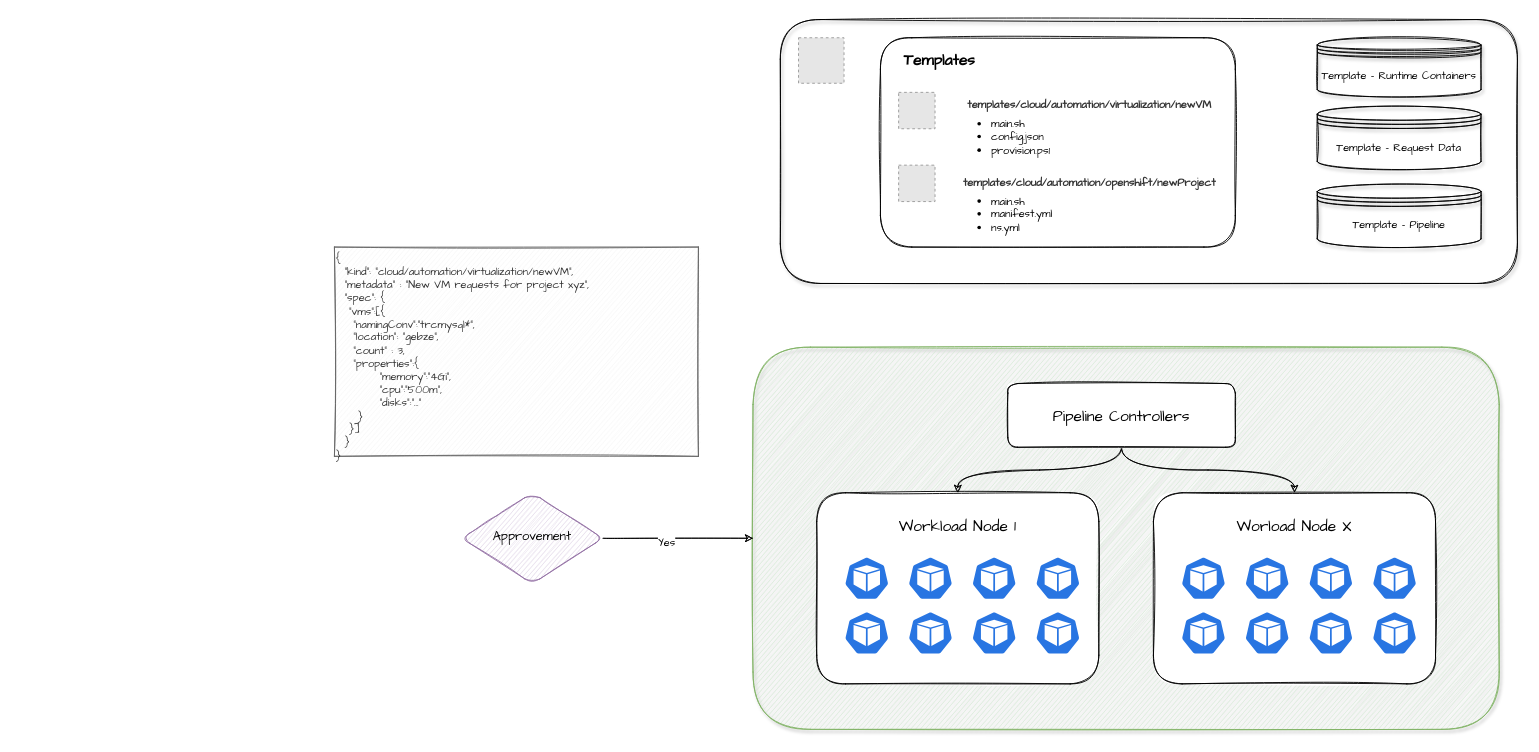
Above: page "Operations" (5 of 6) of diagrams/open-automation.drawio in haidouks/open-automation (draw.io), before the change. Source tidied: cells renumbered, new cells numbered last; positions are measured from the earlier drawing's top-left corner, leaving out a move shared by most shapes. Both pictures are drawn from the tidied source at 91%, with x=0, y=0 at pixel (334, 19). Pictures stored in the file or linked from it are replaced by grey dashed boxes.
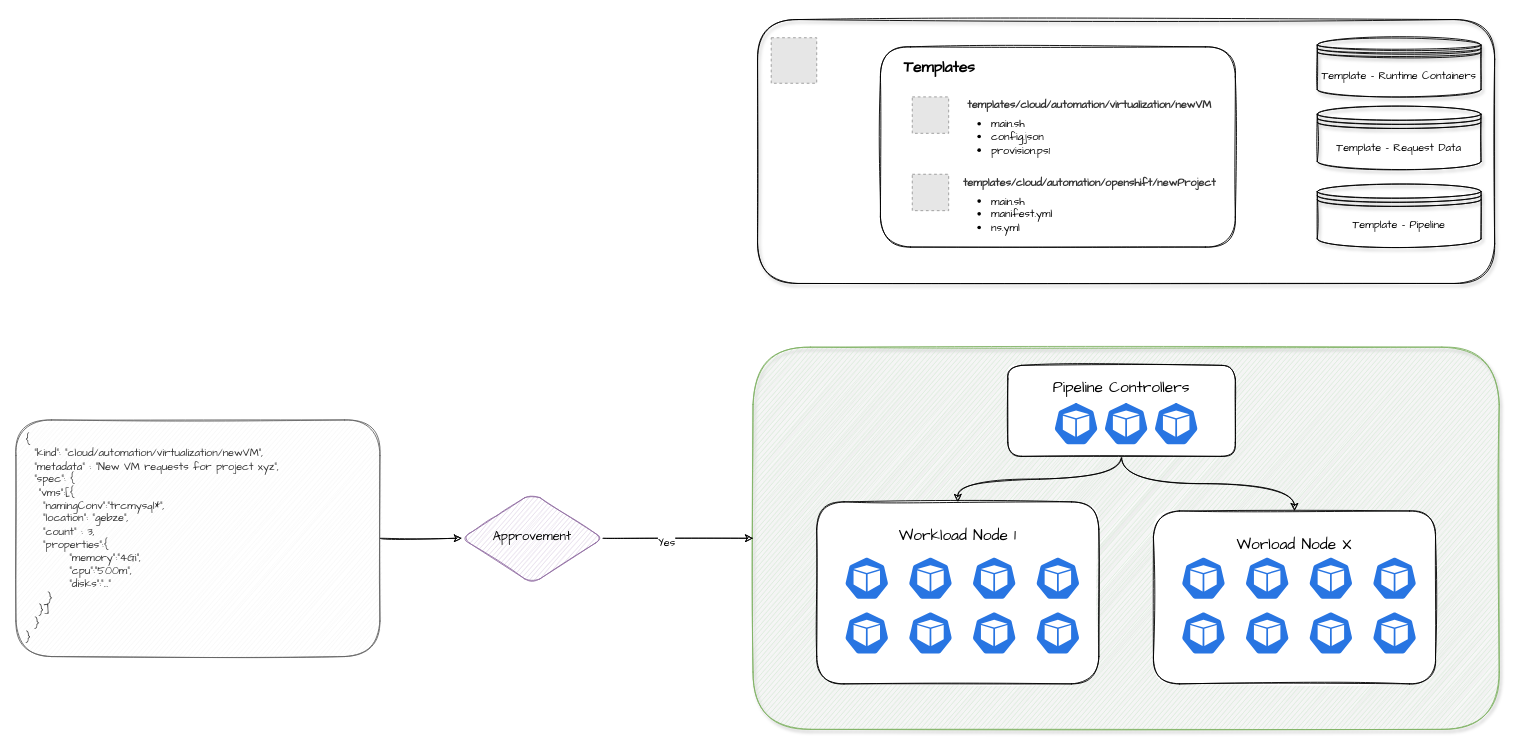
Above is the later version.

Unchanged cells that the change refers to:
```xml
<mxCell id="38" value="&lt;font style=&quot;font-size: 14px&quot;&gt;Approvement&lt;/font&gt;" style="rhombus;whiteSpace=wrap;html=1;shadow=0;fontFamily=Comic Sans MS;fontSize=12;align=center;strokeWidth=1;spacing=6;spacingTop=-4;rounded=1;fillColor=#e1d5e7;strokeColor=#9673a6;sketch=1;" parent="1" vertex="1">
  <mxGeometry x="140" y="520" width="155" height="100" as="geometry" />
</mxCell>
```

What changed in the source:
```diff
@@
+    <mxCell id="4" style="rounded=1;whiteSpace=wrap;html=1;shadow=1;labelBackgroundColor=none;strokeColor=#000000;strokeWidth=1;fillColor=none;gradientColor=none;fontFamily=Comic Sans MS;fontSize=12;fontColor=#000000;align=center;spacing=2;sketch=1;" parent="1" vertex="1">
+      <mxGeometry x="465" width="810" height="290" as="geometry" />
+    </mxCell>
     <mxCell id="2" style="rounded=1;whiteSpace=wrap;html=1;shadow=0;fontFamily=Comic Sans MS;fontSize=12;sketch=1;" parent="1" vertex="1">
-      <mxGeometry x="600" y="20" width="390" height="230" as="geometry" />
+      <mxGeometry x="600" y="30" width="390" height="220" as="geometry" />
     </mxCell>
@@
-    <mxCell id="4" style="rounded=1;whiteSpace=wrap;html=1;shadow=1;labelBackgroundColor=none;strokeColor=#000000;strokeWidth=1;fillColor=none;gradientColor=none;fontFamily=Comic Sans MS;fontSize=12;fontColor=#000000;align=center;spacing=2;sketch=1;" parent="1" vertex="1">
-      <mxGeometry x="490" width="810" height="290" as="geometry" />
-    </mxCell>
     <mxCell id="5" style="fillColor=#E6E6E6;strokeColor=#999999;dashed=1;html=1;verticalAlign=top;verticalLabelPosition=bottom;labelBackgroundColor=#ffffff;fontFamily=Comic Sans MS;fontSize=12;fontColor=#000000;align=left;" parent="1" vertex="1">
-      <mxGeometry x="510" y="20" width="50" height="50" as="geometry" />
+      <mxGeometry x="480" y="20" width="50" height="50" as="geometry" />
     </mxCell>
     <mxCell id="6" style="fillColor=#E6E6E6;strokeColor=#999999;dashed=1;html=1;verticalAlign=top;verticalLabelPosition=bottom;labelBackgroundColor=#ffffff;fontFamily=Comic Sans MS;fontSize=12;fontColor=#000000;align=center;" parent="1" vertex="1">
-      <mxGeometry x="620" y="80" width="40" height="40" as="geometry" />
+      <mxGeometry x="635" y="85" width="40" height="40" as="geometry" />
     </mxCell>
     <mxCell id="7" style="fillColor=#E6E6E6;strokeColor=#999999;dashed=1;html=1;verticalAlign=top;verticalLabelPosition=bottom;labelBackgroundColor=#ffffff;fontFamily=Comic Sans MS;fontSize=12;fontColor=#000000;align=center;" parent="1" vertex="1">
-      <mxGeometry x="620" y="160" width="40" height="40" as="geometry" />
+      <mxGeometry x="635" y="170" width="40" height="40" as="geometry" />
     </mxCell>
@@
     <mxCell id="12" value="Templates" style="text;html=1;strokeColor=none;fillColor=none;align=center;verticalAlign=middle;whiteSpace=wrap;rounded=0;shadow=1;labelBackgroundColor=none;fontFamily=Comic Sans MS;fontSize=17;fontColor=#000000;fontStyle=1;sketch=1;" parent="1" vertex="1">
-      <mxGeometry x="630" y="35" width="70" height="20" as="geometry" />
+      <mxGeometry x="630" y="42.5" width="70" height="20" as="geometry" />
     </mxCell>
@@
     <mxCell id="15" value="&lt;span style=&quot;font-size: 17px&quot;&gt;&lt;br&gt;Workload Node 1&lt;/span&gt;" style="rounded=1;whiteSpace=wrap;html=1;fontFamily=Comic Sans MS;fontSize=12;verticalAlign=top;sketch=1;" parent="1" vertex="1">
-      <mxGeometry x="530" y="520" width="310" height="210" as="geometry" />
+      <mxGeometry x="530" y="530" width="310" height="200" as="geometry" />
     </mxCell>
@@
-    <mxCell id="18" value="&lt;font style=&quot;font-size: 17px&quot;&gt;&lt;br&gt;Pipeline Controllers&lt;/font&gt;" style="rounded=1;whiteSpace=wrap;html=1;fontFamily=Comic Sans MS;fontSize=12;verticalAlign=top;sketch=1;" parent="1" vertex="1">
-      <mxGeometry x="740" y="400" width="250" height="70" as="geometry" />
+    <mxCell id="18" value="&lt;font style=&quot;font-size: 17px&quot;&gt;&lt;br&gt;Pipeline Controllers&lt;/font&gt;" style="rounded=1;whiteSpace=wrap;html=1;fontFamily=Comic Sans MS;fontSize=12;verticalAlign=top;sketch=1;spacing=-10;" parent="1" vertex="1">
+      <mxGeometry x="740" y="380" width="250" height="100" as="geometry" />
     </mxCell>
@@
     <mxCell id="27" value="&lt;font style=&quot;font-size: 17px&quot;&gt;&lt;br&gt;Worload Node X&lt;/font&gt;" style="rounded=1;whiteSpace=wrap;html=1;fontFamily=Comic Sans MS;fontSize=12;verticalAlign=top;sketch=1;" parent="1" vertex="1">
-      <mxGeometry x="900" y="520" width="310" height="210" as="geometry" />
+      <mxGeometry x="900" y="540" width="310" height="190" as="geometry" />
     </mxCell>
@@
+    <mxCell id="41" style="edgeStyle=orthogonalEdgeStyle;curved=1;rounded=0;sketch=1;jettySize=auto;html=1;" parent="1" edge="1" source="40" target="38">
+      <mxGeometry relative="1" as="geometry" />
+    </mxCell>
-    <mxCell id="40" value="&lt;div&gt;{&lt;br&gt;&lt;/div&gt;&lt;div&gt;&amp;nbsp; &quot;kind&quot;: &quot;cloud/automation/virtualization/newVM&quot;,&lt;/div&gt;&lt;div&gt;&amp;nbsp; &quot;metadata&quot; : &quot;New VM requests for project xyz&quot;,&lt;/div&gt;&lt;div&gt;&amp;nbsp; &quot;spec&quot;: {&amp;nbsp;&lt;/div&gt;&lt;div&gt;&amp;nbsp; &amp;nbsp;&quot;vms&quot;:[{&lt;/div&gt;&lt;div&gt;&amp;nbsp; &amp;nbsp; &quot;namingConv&quot;:&quot;trcmysql*&quot;,&lt;/div&gt;&lt;div&gt;&amp;nbsp; &amp;nbsp; &quot;location&quot;: &quot;gebze&quot;,&lt;/div&gt;&lt;div&gt;&amp;nbsp; &amp;nbsp; &quot;count&quot; : 3,&lt;/div&gt;&lt;div&gt;&amp;nbsp; &amp;nbsp; &quot;properties&quot;:{&lt;/div&gt;&lt;div&gt;&amp;nbsp; &amp;nbsp; &amp;nbsp; &amp;nbsp; &amp;nbsp; &quot;memory&quot;:&quot;4Gi&quot;,&lt;/div&gt;&lt;div&gt;&amp;nbsp; &amp;nbsp; &amp;nbsp; &amp;nbsp; &amp;nbsp; &quot;cpu&quot;:&quot;500m&quot;,&lt;/div&gt;&lt;div&gt;&amp;nbsp; &amp;nbsp; &amp;nbsp; &amp;nbsp; &amp;nbsp; &quot;disks&quot;:&quot;...&quot;&lt;/div&gt;&lt;div&gt;&amp;nbsp; &amp;nbsp; &amp;nbsp;}&lt;/div&gt;&lt;div&gt;&amp;nbsp; &amp;nbsp;}]&lt;/div&gt;&lt;div&gt;&amp;nbsp; }&lt;/div&gt;&lt;div&gt;}&lt;/div&gt;&lt;div&gt;&lt;div&gt;&lt;div&gt;&lt;br&gt;&lt;/div&gt;&lt;/div&gt;&lt;/div&gt;" style="rounded=0;whiteSpace=wrap;html=1;align=left;verticalAlign=top;fillColor=#f5f5f5;strokeColor=#666666;fontColor=#333333;sketch=1;fontFamily=Comic Sans MS;" parent="1" vertex="1">
-      <mxGeometry y="250" width="400" height="230" as="geometry" />
+    <mxCell id="40" value="&lt;div&gt;{&lt;br&gt;&lt;/div&gt;&lt;div&gt;&amp;nbsp; &quot;kind&quot;: &quot;cloud/automation/virtualization/newVM&quot;,&lt;/div&gt;&lt;div&gt;&amp;nbsp; &quot;metadata&quot; : &quot;New VM requests for project xyz&quot;,&lt;/div&gt;&lt;div&gt;&amp;nbsp; &quot;spec&quot;: {&amp;nbsp;&lt;/div&gt;&lt;div&gt;&amp;nbsp; &amp;nbsp;&quot;vms&quot;:[{&lt;/div&gt;&lt;div&gt;&amp;nbsp; &amp;nbsp; &quot;namingConv&quot;:&quot;trcmysql*&quot;,&lt;/div&gt;&lt;div&gt;&amp;nbsp; &amp;nbsp; &quot;location&quot;: &quot;gebze&quot;,&lt;/div&gt;&lt;div&gt;&amp;nbsp; &amp;nbsp; &quot;count&quot; : 3,&lt;/div&gt;&lt;div&gt;&amp;nbsp; &amp;nbsp; &quot;properties&quot;:{&lt;/div&gt;&lt;div&gt;&amp;nbsp; &amp;nbsp; &amp;nbsp; &amp;nbsp; &amp;nbsp; &quot;memory&quot;:&quot;4Gi&quot;,&lt;/div&gt;&lt;div&gt;&amp;nbsp; &amp;nbsp; &amp;nbsp; &amp;nbsp; &amp;nbsp; &quot;cpu&quot;:&quot;500m&quot;,&lt;/div&gt;&lt;div&gt;&amp;nbsp; &amp;nbsp; &amp;nbsp; &amp;nbsp; &amp;nbsp; &quot;disks&quot;:&quot;...&quot;&lt;/div&gt;&lt;div&gt;&amp;nbsp; &amp;nbsp; &amp;nbsp;}&lt;/div&gt;&lt;div&gt;&amp;nbsp; &amp;nbsp;}]&lt;/div&gt;&lt;div&gt;&amp;nbsp; }&lt;/div&gt;&lt;div&gt;}&lt;/div&gt;&lt;div&gt;&lt;div&gt;&lt;div&gt;&lt;br&gt;&lt;/div&gt;&lt;/div&gt;&lt;/div&gt;" style="rounded=1;whiteSpace=wrap;html=1;align=left;verticalAlign=top;fillColor=#f5f5f5;strokeColor=#666666;fontColor=#333333;sketch=1;fontFamily=Comic Sans MS;strokeWidth=1;spacing=11;" parent="1" vertex="1">
+      <mxGeometry x="-350" y="440" width="400" height="260" as="geometry" />
     </mxCell>
+    <mxCell id="42" style="html=1;dashed=0;whitespace=wrap;fillColor=#2875E2;strokeColor=#ffffff;shape=mxgraph.kubernetes.icon;prIcon=pod;shadow=0;fontFamily=Comic Sans MS;fontSize=12;sketch=0;" parent="1" vertex="1">
+      <mxGeometry x="790" y="420" width="50" height="48" as="geometry" />
+    </mxCell>
+    <mxCell id="43" style="html=1;dashed=0;whitespace=wrap;fillColor=#2875E2;strokeColor=#ffffff;shape=mxgraph.kubernetes.icon;prIcon=pod;shadow=0;fontFamily=Comic Sans MS;fontSize=12;sketch=0;" parent="1" vertex="1">
+      <mxGeometry x="845" y="420" width="50" height="48" as="geometry" />
+    </mxCell>
+    <mxCell id="44" style="html=1;dashed=0;whitespace=wrap;fillColor=#2875E2;strokeColor=#ffffff;shape=mxgraph.kubernetes.icon;prIcon=pod;shadow=0;fontFamily=Comic Sans MS;fontSize=12;sketch=0;" parent="1" vertex="1">
+      <mxGeometry x="900" y="420" width="50" height="48" as="geometry" />
+    </mxCell>
```
